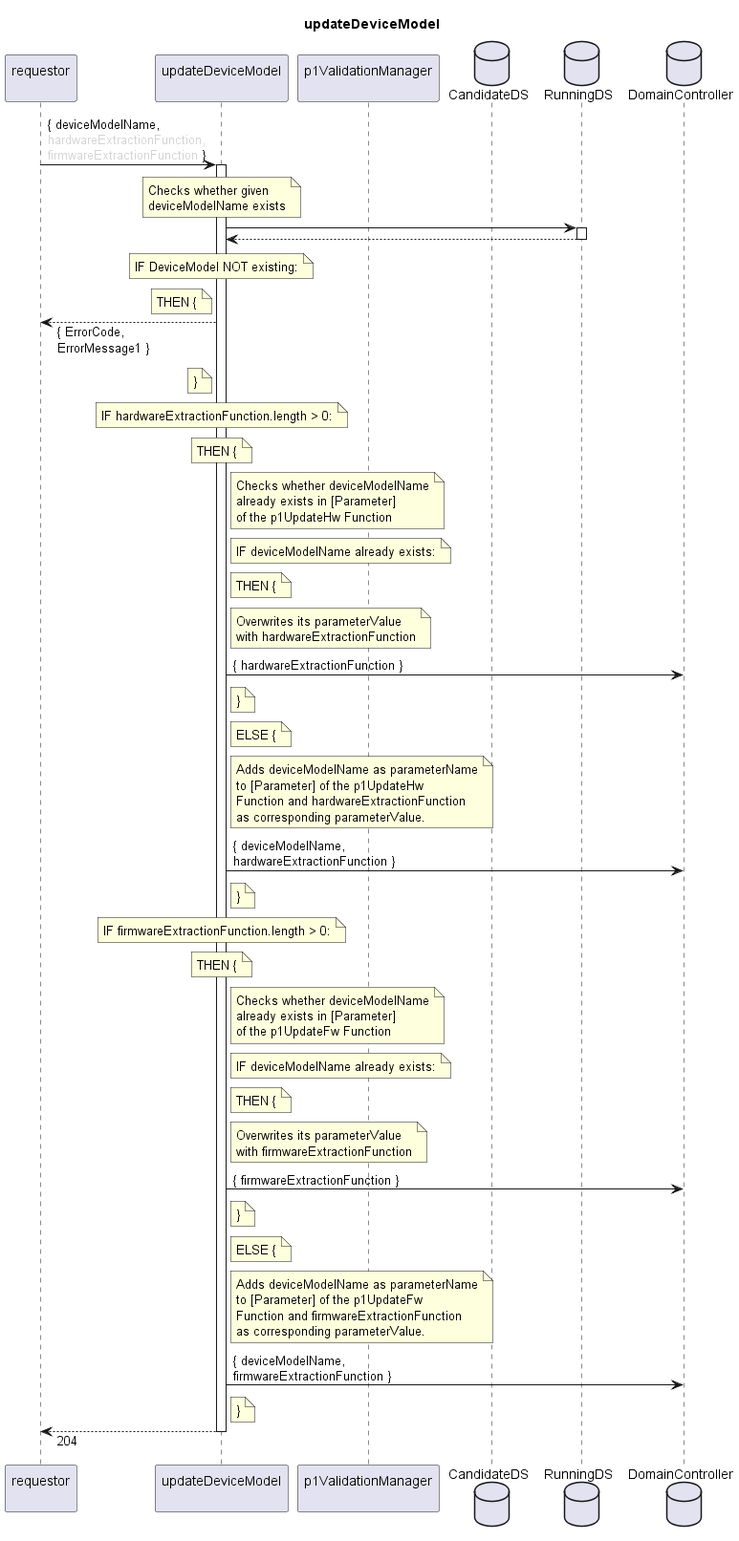
Before: spec/Services/updateDeviceModel/1.0.0/updateDeviceModel.png, a diagram exported from PlantUML (openBackhaul/FirmWareManager).
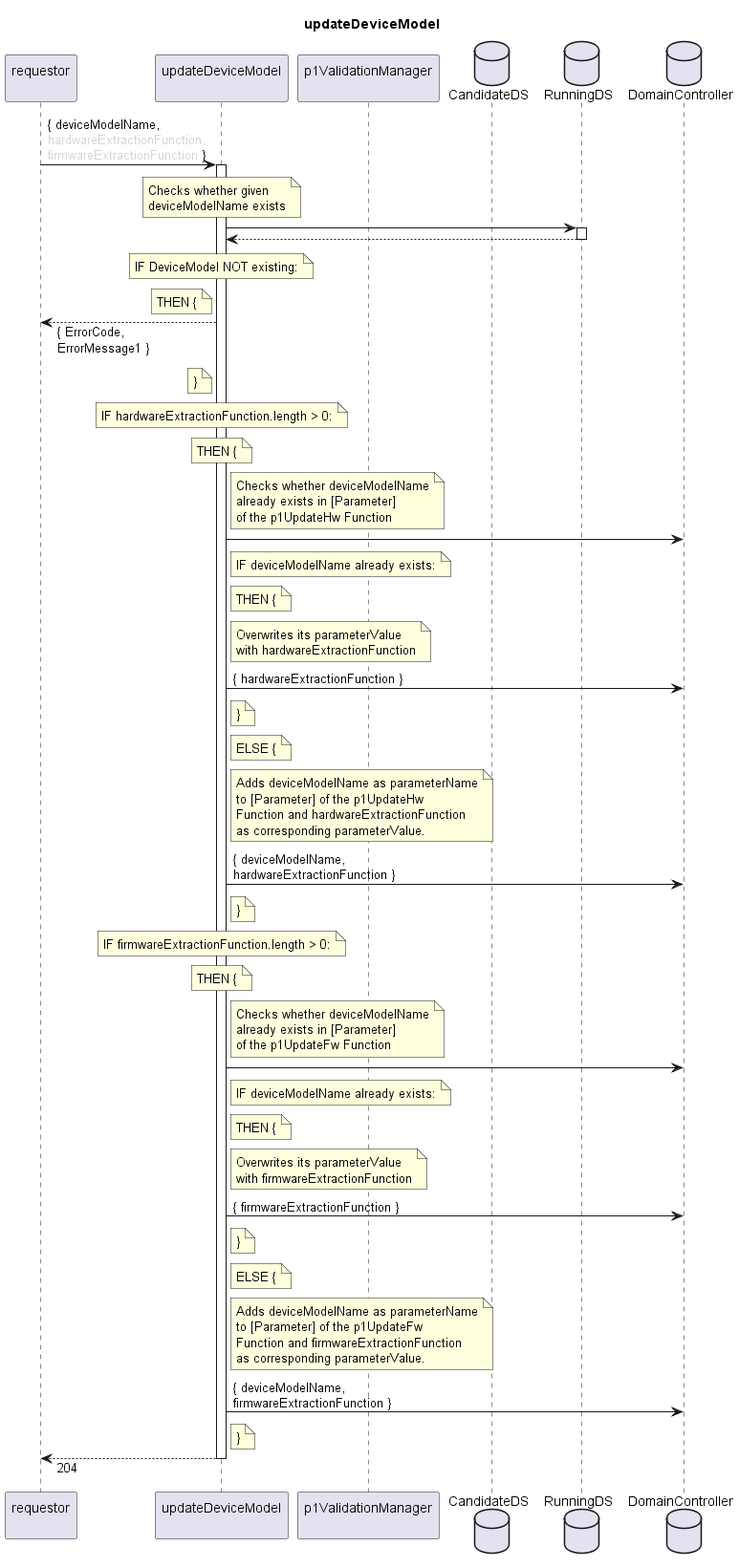
Later version of the same file.

Change to the diagram source:
```diff
@@ -46,6 +46,7 @@
     already exists in [Parameter]
     of the p1UpdateHw Function
   end note
+  indServ -> DC
   note right indServ
     IF deviceModelName already exists:
   end note
@@ -85,6 +86,7 @@
     already exists in [Parameter]
     of the p1UpdateFw Function
   end note
+  indServ -> DC
   note right indServ
     IF deviceModelName already exists:
   end note
```
